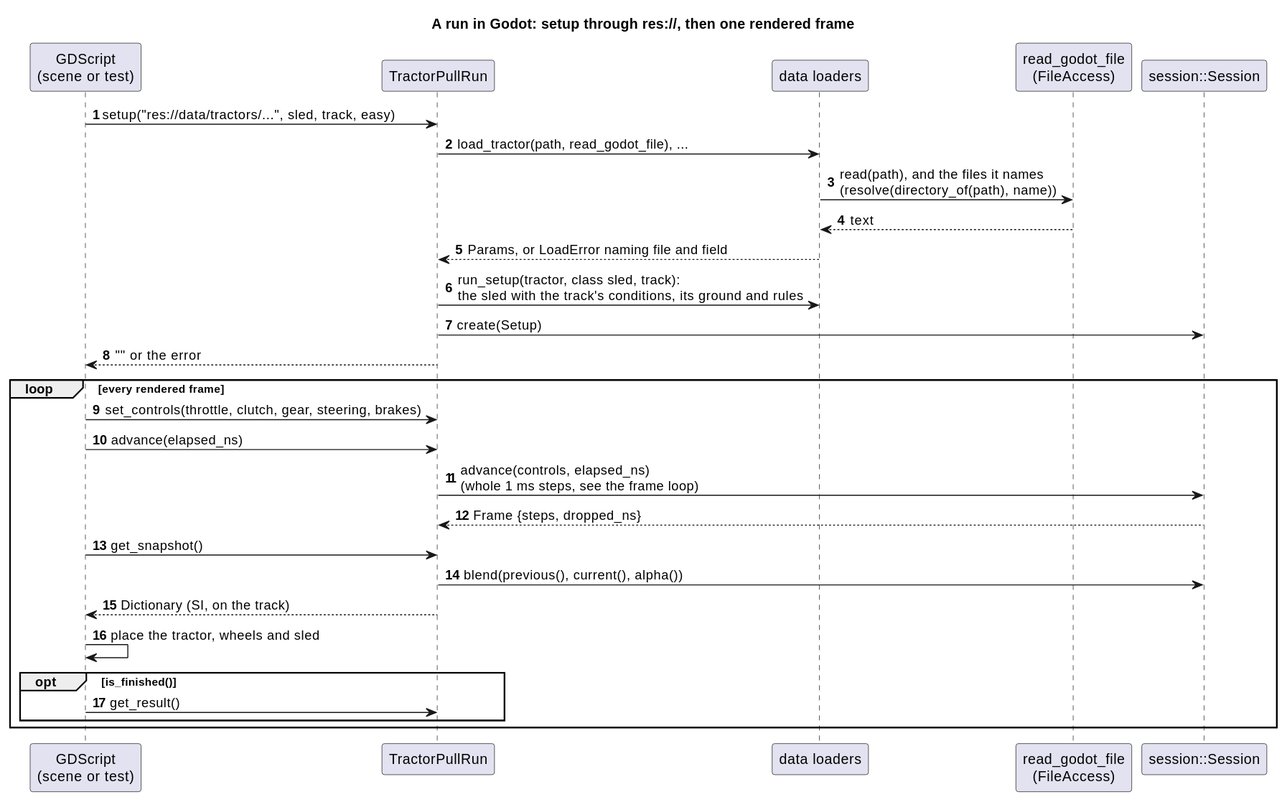
Earlier version of the PlantUML export docs/diagrams/svg/godot_frame_sequence.svg (wversteeg/TractorPulling).
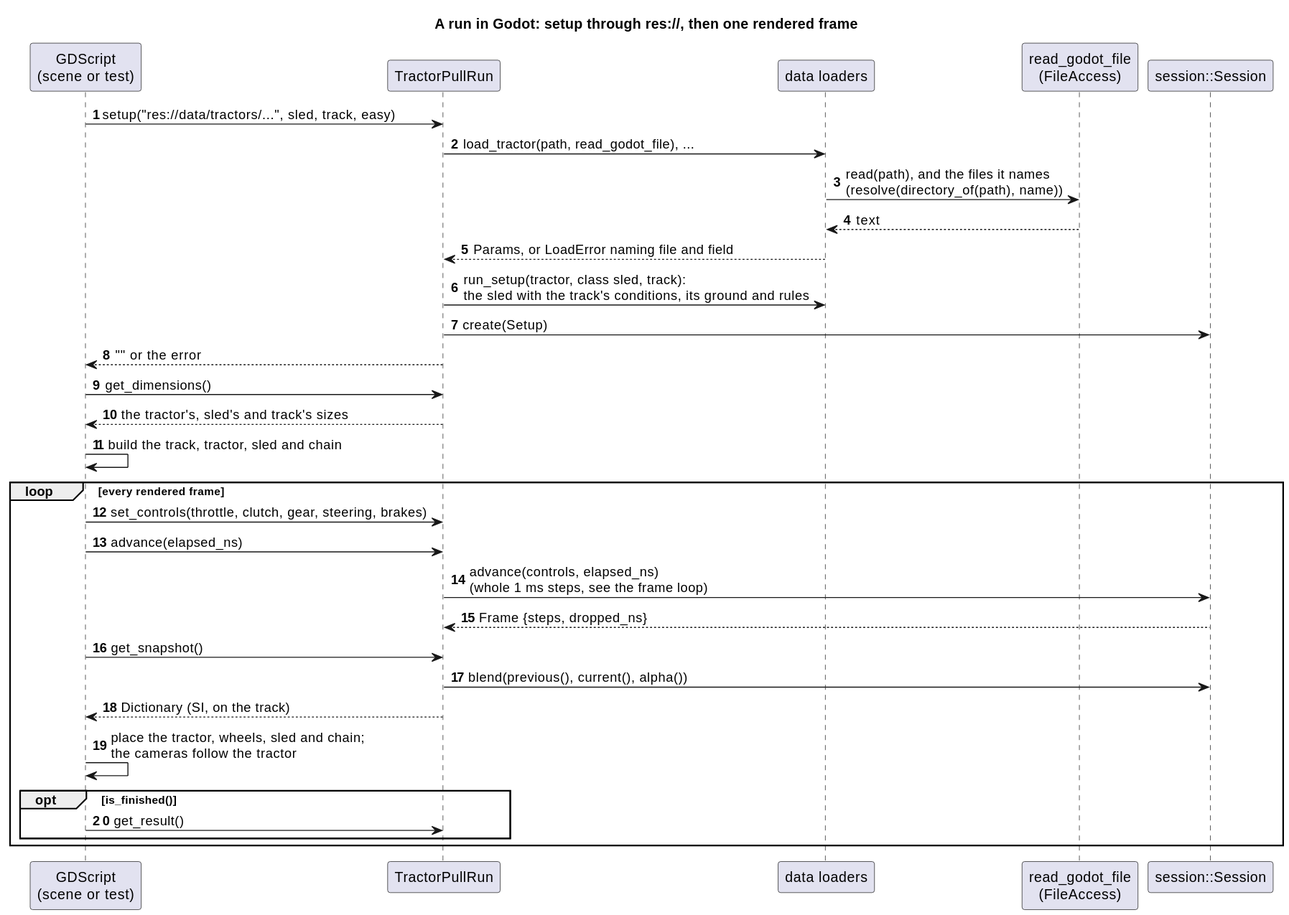
The same diagram one commit later.

Diff of the diagram source:
```diff
@@ -15,6 +15,9 @@
 Run -> Load : run_setup(tractor, class sled, track):\nthe sled with the track's conditions, its ground and rules
 Run -> Session : create(Setup)
 Run --> Script : "" or the error
+Script -> Run : get_dimensions()
+Run --> Script : the tractor's, sled's and track's sizes
+Script -> Script : build the track, tractor, sled and chain
 
 loop every rendered frame
   Script -> Run : set_controls(throttle, clutch, gear, steering, brakes)
@@ -24,7 +27,7 @@
   Script -> Run : get_snapshot()
   Run -> Session : blend(previous(), current(), alpha())
   Run --> Script : Dictionary (SI, on the track)
-  Script -> Script : place the tractor, wheels and sled
+  Script -> Script : place the tractor, wheels, sled and chain;\nthe cameras follow the tractor
   opt is_finished()
     Script -> Run : get_result()
   end
```
